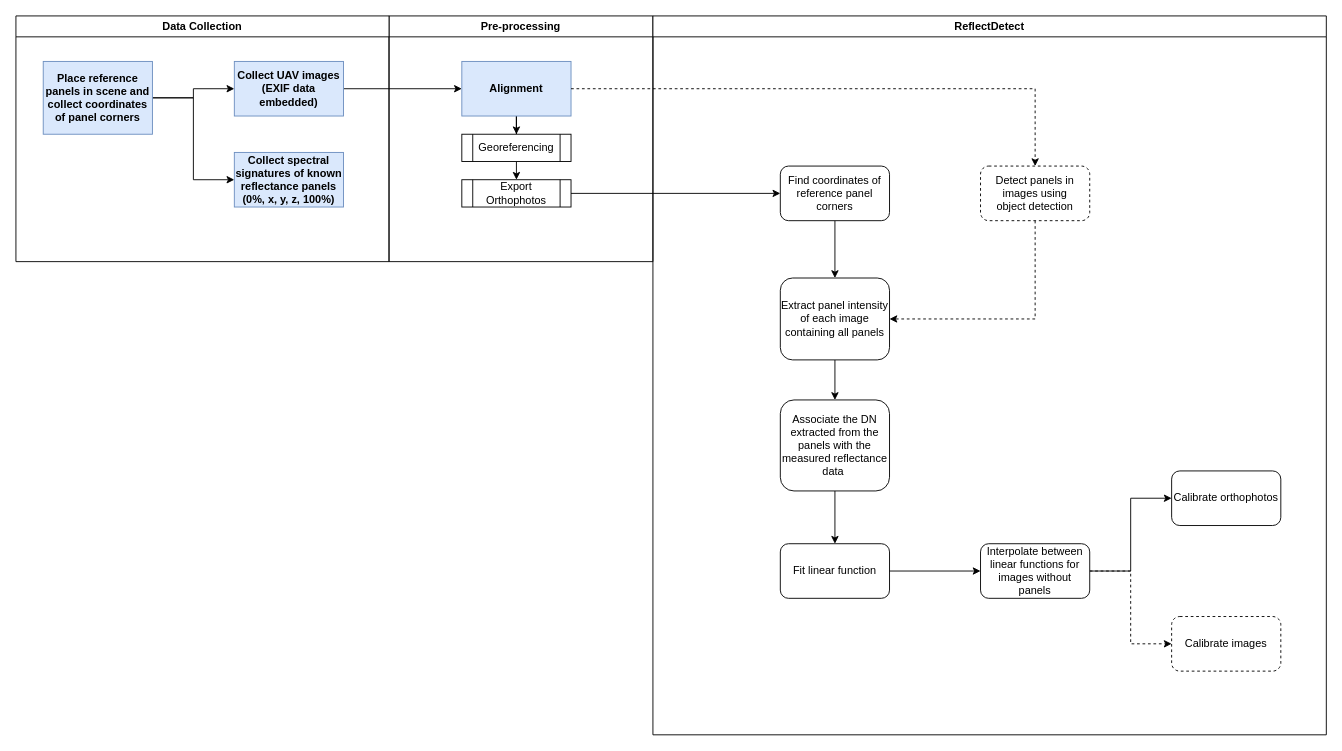
This is workflow_rh_simplified.drawio from FawnRescue/planning, a draw.io file, before an edit. Source tidied: cells renumbered, new cells numbered last; positions are measured from the earlier drawing's top-left corner, leaving out a move shared by most shapes. Both pictures are drawn from the tidied source at 91%, with x=0, y=0 at pixel (15, 15).
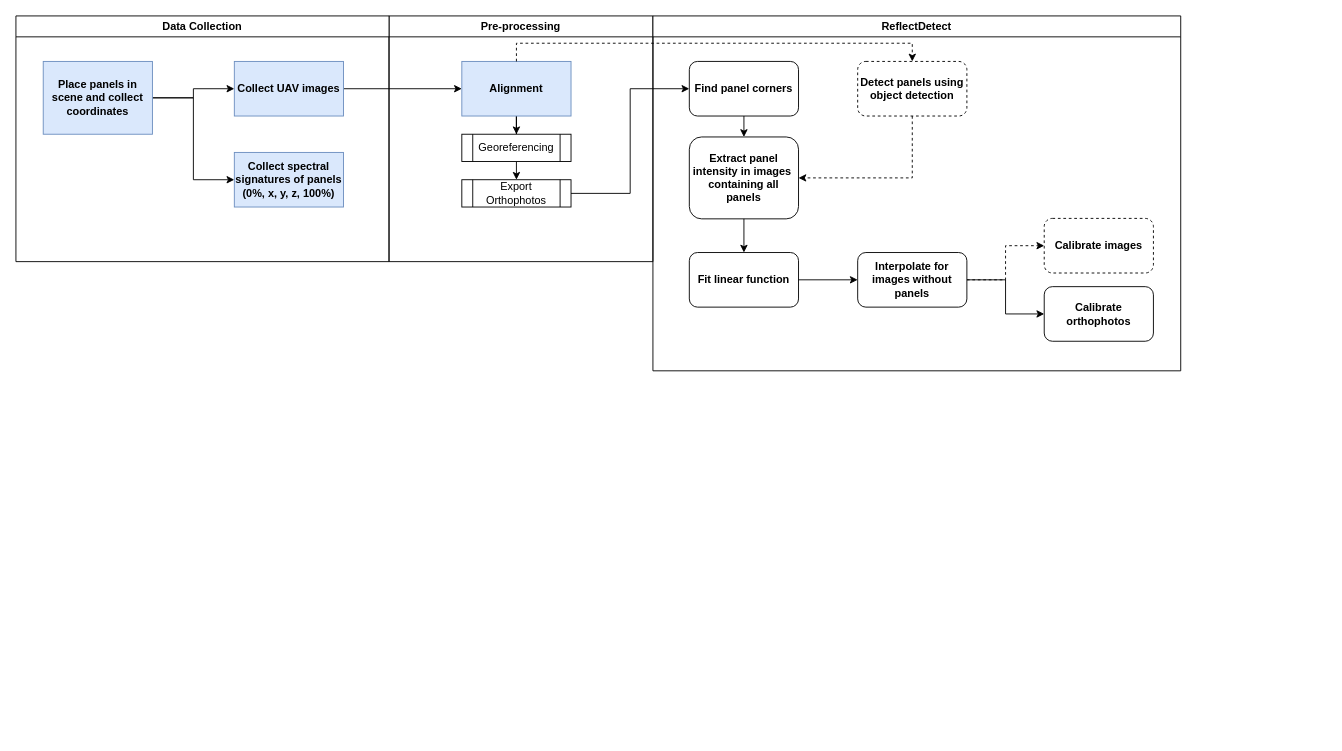
The same page after the edit.

The change refers to these unchanged cells:
```xml
<mxCell id="4" value="Alignment" style="rounded=0;whiteSpace=wrap;html=1;fontStyle=1;fillColor=#dae8fc;strokeColor=#6c8ebf;" parent="2" vertex="1">
  <mxGeometry x="80" y="50" width="120" height="60" as="geometry" />
</mxCell>
<mxCell id="26" value="Data Collection" style="swimlane;whiteSpace=wrap;html=1;" parent="1" vertex="1">
  <mxGeometry width="410" height="270" as="geometry" />
</mxCell>
```

Diff of the diagram source:
```diff
@@
     <mxCell id="9" value="ReflectDetect" style="swimlane;whiteSpace=wrap;html=1;" parent="1" vertex="1">
-      <mxGeometry x="700" width="740" height="790" as="geometry" />
+      <mxGeometry x="700" width="580" height="390" as="geometry" />
     </mxCell>
@@
-    <mxCell id="11" value="Find coordinates of reference panel corners " style="rounded=1;whiteSpace=wrap;html=1;" parent="9" vertex="1">
-      <mxGeometry x="140" y="165" width="120" height="60" as="geometry" />
+    <mxCell id="11" value="Find panel corners " style="rounded=1;whiteSpace=wrap;html=1;fontStyle=1;" parent="9" vertex="1">
+      <mxGeometry x="40" y="50" width="120" height="60" as="geometry" />
     </mxCell>
-    <mxCell id="12" style="edgeStyle=orthogonalEdgeStyle;rounded=0;jettySize=auto;html=1;entryX=0.5;entryY=0;entryDx=0;entryDy=0;" parent="9" edge="1" source="13" target="15">
-      <mxGeometry relative="1" as="geometry" />
-    </mxCell>
-    <mxCell id="13" value="&lt;div&gt;Extract panel intensity of each image containing all panels &lt;br&gt;&lt;/div&gt;" style="rounded=1;whiteSpace=wrap;html=1;" parent="9" vertex="1">
-      <mxGeometry x="140" y="288" width="120" height="90" as="geometry" />
+    <mxCell id="13" value="&lt;div&gt;Extract panel intensity in images&amp;nbsp;&lt;/div&gt;&lt;div&gt;containing all panels &lt;br&gt;&lt;/div&gt;" style="rounded=1;whiteSpace=wrap;html=1;fontStyle=1;" parent="9" vertex="1">
+      <mxGeometry x="40" y="133" width="120" height="90" as="geometry" />
     </mxCell>
-    <mxCell id="14" style="edgeStyle=orthogonalEdgeStyle;rounded=0;jettySize=auto;html=1;exitX=0.5;exitY=1;exitDx=0;exitDy=0;entryX=0.5;entryY=0;entryDx=0;entryDy=0;" parent="9" edge="1" source="15" target="18">
+    <mxCell id="14" style="edgeStyle=orthogonalEdgeStyle;rounded=0;jettySize=auto;html=1;exitX=0.5;exitY=1;exitDx=0;exitDy=0;entryX=0.5;entryY=0;entryDx=0;entryDy=0;" parent="9" edge="1" source="13" target="18">
       <mxGeometry relative="1" as="geometry" />
     </mxCell>
-    <mxCell id="15" value="Associate the DN extracted from the panels with the measured reflectance data&amp;nbsp; " style="rounded=1;whiteSpace=wrap;html=1;" parent="9" vertex="1">
-      <mxGeometry x="140" y="422" width="120" height="100" as="geometry" />
-    </mxCell>
@@
-    <mxCell id="17" value="&lt;div&gt;Detect panels in images using &lt;br&gt;&lt;/div&gt;object detection" style="rounded=1;whiteSpace=wrap;html=1;dashed=1;" parent="9" vertex="1">
-      <mxGeometry x="360" y="165" width="120" height="60" as="geometry" />
+    <mxCell id="17" value="&lt;div&gt;Detect panels using &lt;br&gt;&lt;/div&gt;object detection" style="rounded=1;whiteSpace=wrap;html=1;dashed=1;fontStyle=1;" parent="9" vertex="1">
+      <mxGeometry x="225" y="50" width="120" height="60" as="geometry" />
     </mxCell>
-    <mxCell id="18" value="Fit linear function" style="rounded=1;whiteSpace=wrap;html=1;" parent="9" vertex="1">
-      <mxGeometry x="140" y="580" width="120" height="60" as="geometry" />
+    <mxCell id="18" value="Fit linear function" style="rounded=1;whiteSpace=wrap;html=1;fontStyle=1;" parent="9" vertex="1">
+      <mxGeometry x="40" y="260" width="120" height="60" as="geometry" />
     </mxCell>
-    <mxCell id="19" value="Calibrate orthophotos" style="rounded=1;whiteSpace=wrap;html=1;" parent="9" vertex="1">
-      <mxGeometry x="570" y="500" width="120" height="60" as="geometry" />
+    <mxCell id="19" value="&lt;div&gt;Calibrate orthophotos&lt;/div&gt;" style="rounded=1;whiteSpace=wrap;html=1;fontStyle=1;" parent="9" vertex="1">
+      <mxGeometry x="430" y="297.5" width="120" height="60" as="geometry" />
     </mxCell>
@@
-    <mxCell id="21" value="&lt;div&gt;Calibrate images&lt;/div&gt;" style="rounded=1;whiteSpace=wrap;html=1;dashed=1;" parent="9" vertex="1">
-      <mxGeometry x="570" y="660" width="120" height="60" as="geometry" />
+    <mxCell id="21" value="&lt;div&gt;Calibrate images&lt;/div&gt;" style="rounded=1;whiteSpace=wrap;html=1;dashed=1;fontStyle=1;" parent="9" vertex="1">
+      <mxGeometry x="430" y="222.5" width="120" height="60" as="geometry" />
     </mxCell>
@@
-    <mxCell id="24" value="Interpolate between linear functions for images without panels" style="rounded=1;whiteSpace=wrap;html=1;" parent="9" vertex="1">
-      <mxGeometry x="360" y="580" width="120" height="60" as="geometry" />
+    <mxCell id="24" value="Interpolate  for images without panels" style="rounded=1;whiteSpace=wrap;html=1;fontStyle=1;" parent="9" vertex="1">
+      <mxGeometry x="225" y="260" width="120" height="60" as="geometry" />
     </mxCell>
+    <mxCell id="32" style="edgeStyle=orthogonalEdgeStyle;rounded=0;jettySize=auto;html=1;exitX=0.5;exitY=0;exitDx=0;exitDy=0;entryX=0.5;entryY=0;entryDx=0;entryDy=0;dashed=1;" parent="9" edge="1" source="4" target="17">
+      <mxGeometry relative="1" as="geometry">
+        <Array as="points">
+          <mxPoint x="-150" y="30" />
+          <mxPoint x="285" y="30" />
+        </Array>
+      </mxGeometry>
+    </mxCell>
@@
-    <mxCell id="27" value="&lt;div&gt;Collect UAV images (EXIF data embedded)&lt;br&gt;&lt;/div&gt;" style="rounded=0;whiteSpace=wrap;html=1;fontStyle=1;fillColor=#dae8fc;strokeColor=#6c8ebf;" parent="26" vertex="1">
+    <mxCell id="27" value="&lt;div&gt;Collect UAV images &lt;br&gt;&lt;/div&gt;" style="rounded=0;whiteSpace=wrap;html=1;fontStyle=1;fillColor=#dae8fc;strokeColor=#6c8ebf;" parent="26" vertex="1">
       <mxGeometry x="240" y="50" width="120" height="60" as="geometry" />
     </mxCell>
@@
-    <mxCell id="30" value="&lt;div&gt;Place reference panels in scene and collect coordinates of panel corners &lt;br&gt;&lt;/div&gt;" style="rounded=0;whiteSpace=wrap;html=1;fontStyle=1;fillColor=#dae8fc;strokeColor=#6c8ebf;" parent="26" vertex="1">
+    <mxCell id="30" value="&lt;div&gt;Place panels in scene and collect coordinates&lt;br&gt;&lt;/div&gt;" style="rounded=0;whiteSpace=wrap;html=1;fontStyle=1;fillColor=#dae8fc;strokeColor=#6c8ebf;" parent="26" vertex="1">
       <mxGeometry x="30" y="50" width="120" height="80" as="geometry" />
     </mxCell>
-    <mxCell id="31" value="Collect spectral signatures of known reflectance panels (0%, x, y, z, 100%)" style="rounded=0;whiteSpace=wrap;html=1;fontStyle=1;fillColor=#dae8fc;strokeColor=#6c8ebf;" parent="26" vertex="1">
+    <mxCell id="31" value="Collect spectral signatures of panels (0%, x, y, z, 100%)" style="rounded=0;whiteSpace=wrap;html=1;fontStyle=1;fillColor=#dae8fc;strokeColor=#6c8ebf;" parent="26" vertex="1">
       <mxGeometry x="240" y="150" width="120" height="60" as="geometry" />
     </mxCell>
-    <mxCell id="32" style="edgeStyle=orthogonalEdgeStyle;rounded=0;jettySize=auto;html=1;exitX=1;exitY=0.5;exitDx=0;exitDy=0;entryX=0.5;entryY=0;entryDx=0;entryDy=0;dashed=1;" parent="1" edge="1" source="4" target="17">
-      <mxGeometry relative="1" as="geometry" />
-    </mxCell>
```
